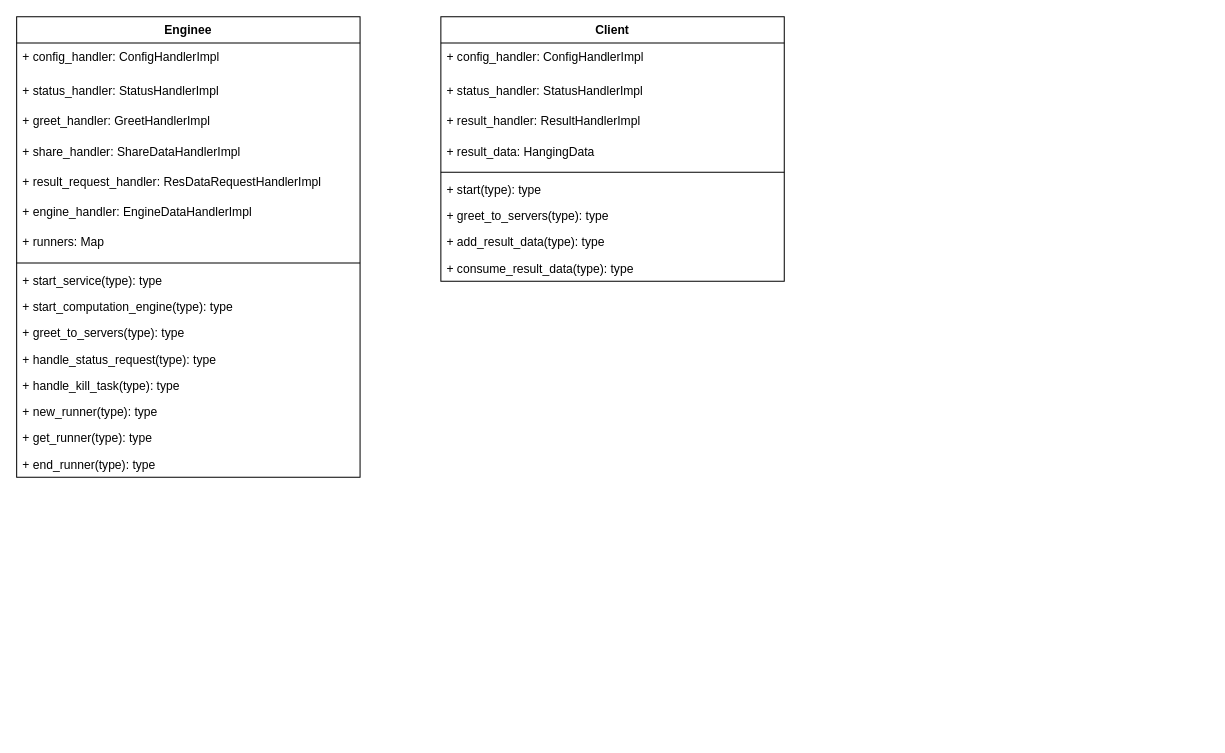
Earlier version of the draw.io diagram pages/enginee.drawio (yankaili2006/wiki). Source tidied: cells renumbered, new cells numbered last; positions are measured from the earlier drawing's top-left corner, leaving out a move shared by most shapes. Both pictures are drawn from the tidied source at 101%, with x=0, y=0 at pixel (16, 16).
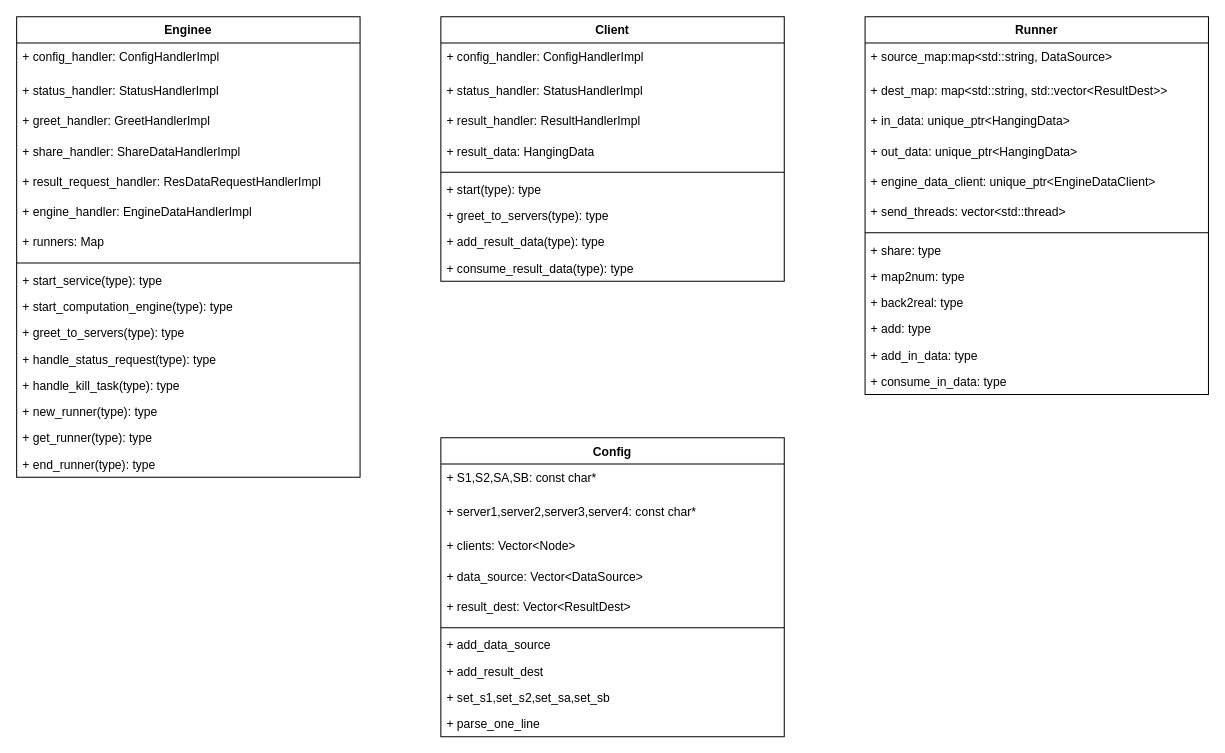
The same page after the edit.

The edit, as a diff of the source:
```diff
@@
+    <mxCell id="29" value="Runner" style="swimlane;fontStyle=1;align=center;verticalAlign=top;horizontal=1;startSize=26;" parent="1" vertex="1">
+      <mxGeometry x="840" width="340" height="374" as="geometry" />
+    </mxCell>
+    <mxCell id="30" value="+ source_map:map&lt;std::string, DataSource&gt;&#10;" style="text;strokeColor=none;fillColor=none;align=left;verticalAlign=top;spacingLeft=4;spacingRight=4;overflow=hidden;" parent="29" vertex="1">
+      <mxGeometry y="26" width="340" height="34" as="geometry" />
+    </mxCell>
+    <mxCell id="31" value="+ dest_map: map&lt;std::string, std::vector&lt;ResultDest&gt;&gt;&#10;" style="text;strokeColor=none;fillColor=none;align=left;verticalAlign=top;spacingLeft=4;spacingRight=4;overflow=hidden;" parent="29" vertex="1">
+      <mxGeometry y="60" width="340" height="30" as="geometry" />
+    </mxCell>
+    <mxCell id="32" value="+ in_data: unique_ptr&lt;HangingData&gt;&#10;" style="text;strokeColor=none;fillColor=none;align=left;verticalAlign=top;spacingLeft=4;spacingRight=4;overflow=hidden;" parent="29" vertex="1">
+      <mxGeometry y="90" width="340" height="30" as="geometry" />
+    </mxCell>
+    <mxCell id="33" value="+ out_data: unique_ptr&lt;HangingData&gt;&#10;" style="text;strokeColor=none;fillColor=none;align=left;verticalAlign=top;spacingLeft=4;spacingRight=4;overflow=hidden;" parent="29" vertex="1">
+      <mxGeometry y="120" width="340" height="30" as="geometry" />
+    </mxCell>
+    <mxCell id="34" value="+ engine_data_client: unique_ptr&lt;EngineDataClient&gt;&#10;" style="text;strokeColor=none;fillColor=none;align=left;verticalAlign=top;spacingLeft=4;spacingRight=4;overflow=hidden;" parent="29" vertex="1">
+      <mxGeometry y="150" width="340" height="30" as="geometry" />
+    </mxCell>
+    <mxCell id="35" value="+ send_threads: vector&lt;std::thread&gt;&#10;" style="text;strokeColor=none;fillColor=none;align=left;verticalAlign=top;spacingLeft=4;spacingRight=4;overflow=hidden;" parent="29" vertex="1">
+      <mxGeometry y="180" width="340" height="30" as="geometry" />
+    </mxCell>
+    <mxCell id="36" style="line;strokeWidth=1;fillColor=none;align=left;verticalAlign=middle;spacingTop=-1;spacingLeft=3;spacingRight=3;labelPosition=right;" parent="29" vertex="1">
+      <mxGeometry y="210" width="340" height="8" as="geometry" />
+    </mxCell>
+    <mxCell id="37" value="+ share: type&#10;" style="text;strokeColor=none;fillColor=none;align=left;verticalAlign=top;spacingLeft=4;spacingRight=4;overflow=hidden;" parent="29" vertex="1">
+      <mxGeometry y="218" width="340" height="26" as="geometry" />
+    </mxCell>
+    <mxCell id="38" value="+ map2num: type&#10;" style="text;strokeColor=none;fillColor=none;align=left;verticalAlign=top;spacingLeft=4;spacingRight=4;overflow=hidden;" parent="29" vertex="1">
+      <mxGeometry y="244" width="340" height="26" as="geometry" />
+    </mxCell>
+    <mxCell id="39" value="+ back2real: type&#10;" style="text;strokeColor=none;fillColor=none;align=left;verticalAlign=top;spacingLeft=4;spacingRight=4;overflow=hidden;" parent="29" vertex="1">
+      <mxGeometry y="270" width="340" height="26" as="geometry" />
+    </mxCell>
+    <mxCell id="40" value="+ add: type&#10;" style="text;strokeColor=none;fillColor=none;align=left;verticalAlign=top;spacingLeft=4;spacingRight=4;overflow=hidden;" parent="29" vertex="1">
+      <mxGeometry y="296" width="340" height="26" as="geometry" />
+    </mxCell>
+    <mxCell id="41" value="+ add_in_data: type&#10;" style="text;strokeColor=none;fillColor=none;align=left;verticalAlign=top;spacingLeft=4;spacingRight=4;overflow=hidden;" parent="29" vertex="1">
+      <mxGeometry y="322" width="340" height="26" as="geometry" />
+    </mxCell>
+    <mxCell id="42" value="+ consume_in_data: type&#10;" style="text;strokeColor=none;fillColor=none;align=left;verticalAlign=top;spacingLeft=4;spacingRight=4;overflow=hidden;" parent="29" vertex="1">
+      <mxGeometry y="348" width="340" height="26" as="geometry" />
+    </mxCell>
+    <mxCell id="43" value="Config" style="swimlane;fontStyle=1;align=center;verticalAlign=top;horizontal=1;startSize=26;" parent="1" vertex="1">
+      <mxGeometry x="420" y="417" width="340" height="296" as="geometry" />
+    </mxCell>
+    <mxCell id="44" value="+ S1,S2,SA,SB: const char*" style="text;strokeColor=none;fillColor=none;align=left;verticalAlign=top;spacingLeft=4;spacingRight=4;overflow=hidden;" parent="43" vertex="1">
+      <mxGeometry y="26" width="340" height="34" as="geometry" />
+    </mxCell>
+    <mxCell id="45" value="+ server1,server2,server3,server4: const char*" style="text;strokeColor=none;fillColor=none;align=left;verticalAlign=top;spacingLeft=4;spacingRight=4;overflow=hidden;" parent="43" vertex="1">
+      <mxGeometry y="60" width="340" height="34" as="geometry" />
+    </mxCell>
+    <mxCell id="46" value="+ clients: Vector&lt;Node&gt;" style="text;strokeColor=none;fillColor=none;align=left;verticalAlign=top;spacingLeft=4;spacingRight=4;overflow=hidden;" parent="43" vertex="1">
+      <mxGeometry y="94" width="340" height="30" as="geometry" />
+    </mxCell>
+    <mxCell id="47" value="+ data_source: Vector&lt;DataSource&gt;&#10;" style="text;strokeColor=none;fillColor=none;align=left;verticalAlign=top;spacingLeft=4;spacingRight=4;overflow=hidden;" parent="43" vertex="1">
+      <mxGeometry y="124" width="340" height="30" as="geometry" />
+    </mxCell>
+    <mxCell id="48" value="+ result_dest: Vector&lt;ResultDest&gt;&#10;" style="text;strokeColor=none;fillColor=none;align=left;verticalAlign=top;spacingLeft=4;spacingRight=4;overflow=hidden;" parent="43" vertex="1">
+      <mxGeometry y="154" width="340" height="30" as="geometry" />
+    </mxCell>
+    <mxCell id="49" style="line;strokeWidth=1;fillColor=none;align=left;verticalAlign=middle;spacingTop=-1;spacingLeft=3;spacingRight=3;labelPosition=right;" parent="43" vertex="1">
+      <mxGeometry y="184" width="340" height="8" as="geometry" />
+    </mxCell>
+    <mxCell id="50" value="+ add_data_source&#10;" style="text;strokeColor=none;fillColor=none;align=left;verticalAlign=top;spacingLeft=4;spacingRight=4;overflow=hidden;" parent="43" vertex="1">
+      <mxGeometry y="192" width="340" height="26" as="geometry" />
+    </mxCell>
+    <mxCell id="51" value="+ add_result_dest&#10;" style="text;strokeColor=none;fillColor=none;align=left;verticalAlign=top;spacingLeft=4;spacingRight=4;overflow=hidden;" parent="43" vertex="1">
+      <mxGeometry y="218" width="340" height="26" as="geometry" />
+    </mxCell>
+    <mxCell id="52" value="+ set_s1,set_s2,set_sa,set_sb&#10;" style="text;strokeColor=none;fillColor=none;align=left;verticalAlign=top;spacingLeft=4;spacingRight=4;overflow=hidden;" parent="43" vertex="1">
+      <mxGeometry y="244" width="340" height="26" as="geometry" />
+    </mxCell>
+    <mxCell id="53" value="+ parse_one_line&#10;" style="text;strokeColor=none;fillColor=none;align=left;verticalAlign=top;spacingLeft=4;spacingRight=4;overflow=hidden;" parent="43" vertex="1">
+      <mxGeometry y="270" width="340" height="26" as="geometry" />
+    </mxCell>
```
